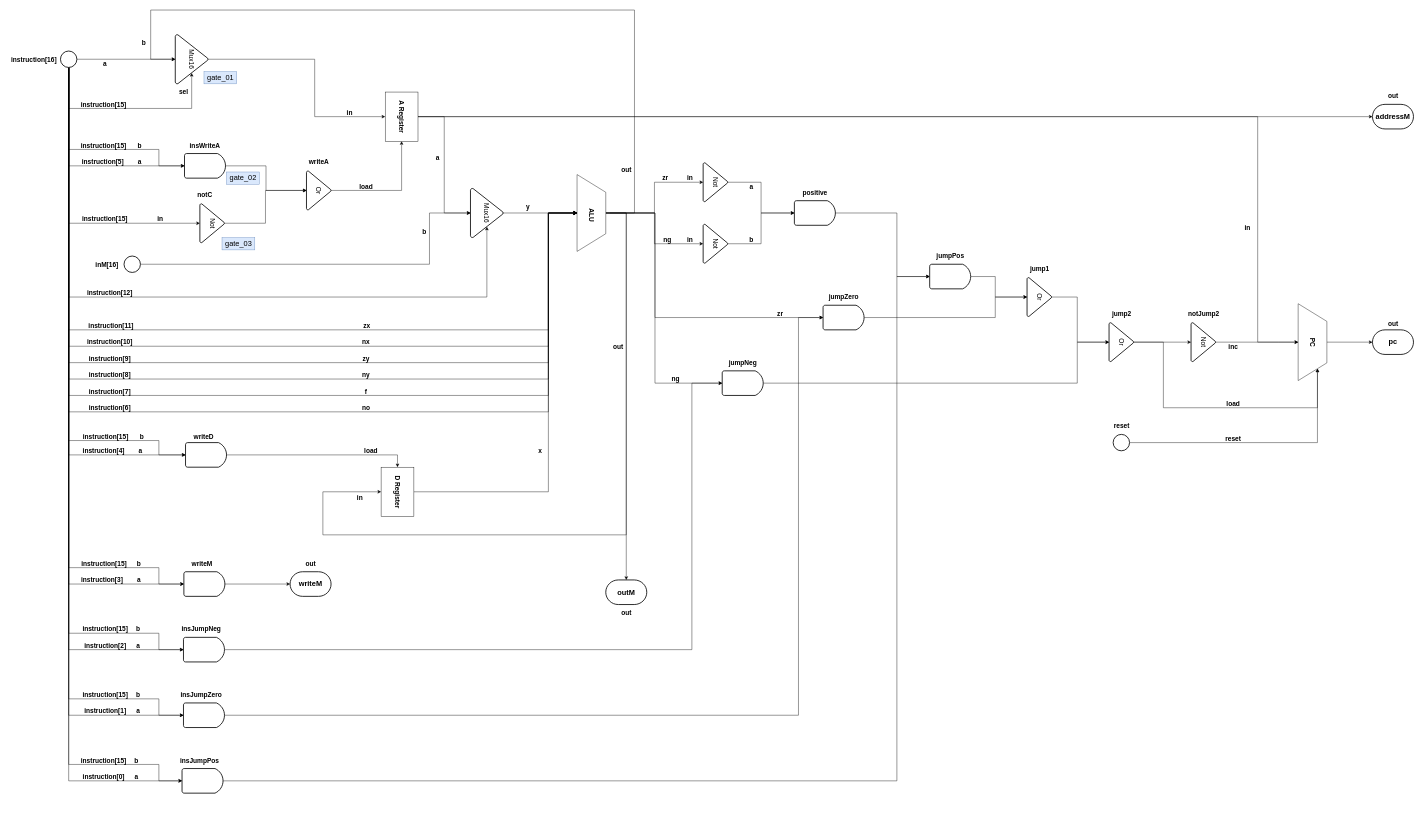
AsadaGuitar/Nand2Tetris keeps this draw.io diagram as projects/05/hack_cpu.drawio. Above is the earlier version. Source tidied: cells renumbered, new cells numbered last; positions are measured from the earlier drawing's top-left corner, leaving out a move shared by most shapes. Both pictures are drawn from the tidied source at 41%, with x=0, y=0 at pixel (7, 10).
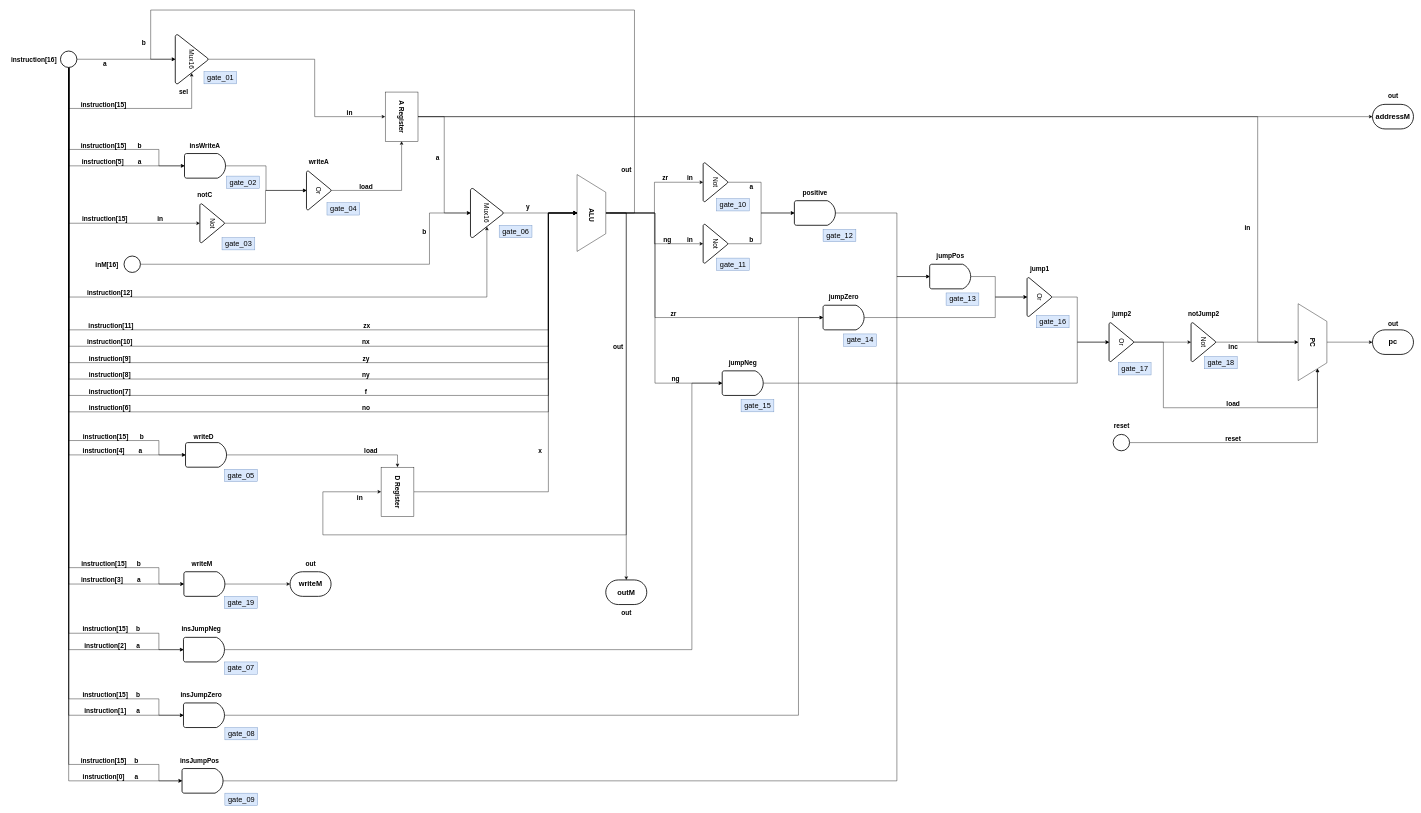
After the change.

Diff of the diagram source:
```diff
@@
     <mxCell id="150" value="zr" style="text;html=1;align=center;verticalAlign=middle;strokeColor=none;fillColor=none;fontSize=16;fontStyle=1;" parent="1" vertex="1">
-      <mxGeometry x="1870" y="730" width="30" height="20" as="geometry" />
+      <mxGeometry x="1610" y="730" width="30" height="20" as="geometry" />
     </mxCell>
@@
     <mxCell id="180" value="gate_02" style="text;html=1;align=center;verticalAlign=middle;strokeColor=#6c8ebf;fillColor=#dae8fc;fontSize=18;" parent="1" vertex="1">
-      <mxGeometry x="535" y="395" width="80" height="30" as="geometry" />
+      <mxGeometry x="535" y="405" width="80" height="30" as="geometry" />
     </mxCell>
@@
+    <mxCell id="182" value="gate_04" style="text;html=1;align=center;verticalAlign=middle;strokeColor=#6c8ebf;fillColor=#dae8fc;fontSize=18;" parent="1" vertex="1">
+      <mxGeometry x="780" y="470" width="80" height="30" as="geometry" />
+    </mxCell>
+    <mxCell id="183" value="gate_05" style="text;html=1;align=center;verticalAlign=middle;strokeColor=#6c8ebf;fillColor=#dae8fc;fontSize=18;" parent="1" vertex="1">
+      <mxGeometry x="530" y="1120" width="80" height="30" as="geometry" />
+    </mxCell>
+    <mxCell id="184" value="gate_06" style="text;html=1;align=center;verticalAlign=middle;strokeColor=#6c8ebf;fillColor=#dae8fc;fontSize=18;" parent="1" vertex="1">
+      <mxGeometry x="1200" y="525" width="80" height="30" as="geometry" />
+    </mxCell>
+    <mxCell id="185" value="gate_07" style="text;html=1;align=center;verticalAlign=middle;strokeColor=#6c8ebf;fillColor=#dae8fc;fontSize=18;" parent="1" vertex="1">
+      <mxGeometry x="530" y="1590" width="80" height="30" as="geometry" />
+    </mxCell>
+    <mxCell id="186" value="gate_08" style="text;html=1;align=center;verticalAlign=middle;strokeColor=#6c8ebf;fillColor=#dae8fc;fontSize=18;" parent="1" vertex="1">
+      <mxGeometry x="531" y="1750" width="80" height="30" as="geometry" />
+    </mxCell>
+    <mxCell id="187" value="gate_09" style="text;html=1;align=center;verticalAlign=middle;strokeColor=#6c8ebf;fillColor=#dae8fc;fontSize=18;" parent="1" vertex="1">
+      <mxGeometry x="531" y="1910" width="80" height="30" as="geometry" />
+    </mxCell>
+    <mxCell id="188" value="gate_10" style="text;html=1;align=center;verticalAlign=middle;strokeColor=#6c8ebf;fillColor=#dae8fc;fontSize=18;" parent="1" vertex="1">
+      <mxGeometry x="1730" y="460" width="80" height="30" as="geometry" />
+    </mxCell>
+    <mxCell id="189" value="gate_11" style="text;html=1;align=center;verticalAlign=middle;strokeColor=#6c8ebf;fillColor=#dae8fc;fontSize=18;" parent="1" vertex="1">
+      <mxGeometry x="1730" y="605" width="80" height="30" as="geometry" />
+    </mxCell>
+    <mxCell id="190" value="gate_12" style="text;html=1;align=center;verticalAlign=middle;strokeColor=#6c8ebf;fillColor=#dae8fc;fontSize=18;" parent="1" vertex="1">
+      <mxGeometry x="1990" y="535" width="80" height="30" as="geometry" />
+    </mxCell>
+    <mxCell id="191" value="gate_13" style="text;html=1;align=center;verticalAlign=middle;strokeColor=#6c8ebf;fillColor=#dae8fc;fontSize=18;" parent="1" vertex="1">
+      <mxGeometry x="2290" y="690" width="80" height="30" as="geometry" />
+    </mxCell>
+    <mxCell id="192" value="gate_14" style="text;html=1;align=center;verticalAlign=middle;strokeColor=#6c8ebf;fillColor=#dae8fc;fontSize=18;" parent="1" vertex="1">
+      <mxGeometry x="2040" y="790" width="80" height="30" as="geometry" />
+    </mxCell>
+    <mxCell id="193" value="gate_15" style="text;html=1;align=center;verticalAlign=middle;strokeColor=#6c8ebf;fillColor=#dae8fc;fontSize=18;" parent="1" vertex="1">
+      <mxGeometry x="1790" y="950" width="80" height="30" as="geometry" />
+    </mxCell>
+    <mxCell id="194" value="gate_16" style="text;html=1;align=center;verticalAlign=middle;strokeColor=#6c8ebf;fillColor=#dae8fc;fontSize=18;" parent="1" vertex="1">
+      <mxGeometry x="2510" y="745" width="80" height="30" as="geometry" />
+    </mxCell>
+    <mxCell id="195" value="gate_17" style="text;html=1;align=center;verticalAlign=middle;strokeColor=#6c8ebf;fillColor=#dae8fc;fontSize=18;" parent="1" vertex="1">
+      <mxGeometry x="2710" y="860" width="80" height="30" as="geometry" />
+    </mxCell>
+    <mxCell id="196" value="gate_18" style="text;html=1;align=center;verticalAlign=middle;strokeColor=#6c8ebf;fillColor=#dae8fc;fontSize=18;" parent="1" vertex="1">
+      <mxGeometry x="2920" y="845" width="80" height="30" as="geometry" />
+    </mxCell>
+    <mxCell id="197" value="gate_19" style="text;html=1;align=center;verticalAlign=middle;strokeColor=#6c8ebf;fillColor=#dae8fc;fontSize=18;" parent="1" vertex="1">
+      <mxGeometry x="530" y="1430" width="80" height="30" as="geometry" />
+    </mxCell>
```
